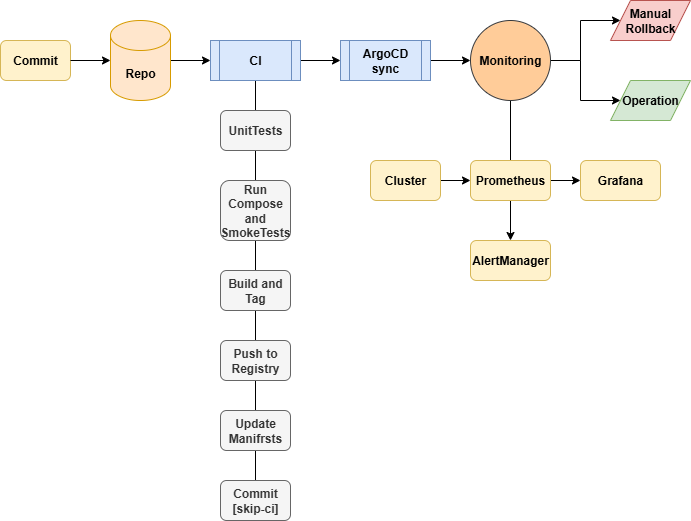
The draw.io diagram media/systemdiagram.png in s1natex/Monitoring-observability-k8s, before a commit. Source tidied: cells renumbered, new cells last; positions are measured from the earlier drawing's top-left corner, leaving out a move shared by most shapes.
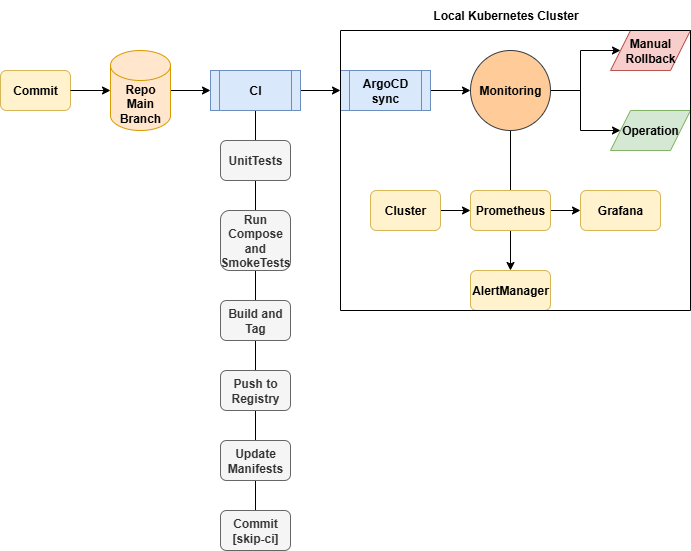
Later version of the same file.

Diff of the diagram source:
```diff
@@ -8,7 +8,7 @@
     <mxCell id="3" style="edgeStyle=orthogonalEdgeStyle;rounded=0;jettySize=auto;html=1;entryX=0;entryY=0.5;entryDx=0;entryDy=0;" parent="1" edge="1" source="4" target="7">
       <mxGeometry relative="1" as="geometry" />
     </mxCell>
-    <mxCell id="4" value="&lt;b&gt;Repo&lt;/b&gt;" style="shape=cylinder3;whiteSpace=wrap;html=1;boundedLbl=1;backgroundOutline=1;size=15;fillColor=#ffe6cc;strokeColor=#d79b00;" parent="1" vertex="1">
+    <mxCell id="4" value="&lt;b&gt;Repo Main Branch&lt;/b&gt;" style="shape=cylinder3;whiteSpace=wrap;html=1;boundedLbl=1;backgroundOutline=1;size=15;fillColor=#ffe6cc;strokeColor=#d79b00;" parent="1" vertex="1">
       <mxGeometry x="110" y="20" width="60" height="80" as="geometry" />
     </mxCell>
     <mxCell id="5" style="edgeStyle=orthogonalEdgeStyle;rounded=0;jettySize=auto;html=1;entryX=0;entryY=0.5;entryDx=0;entryDy=0;" parent="1" edge="1" source="7" target="9">
@@ -59,7 +59,7 @@
     <mxCell id="20" value="&lt;b&gt;Push to Registry&lt;/b&gt;" style="rounded=1;whiteSpace=wrap;html=1;fillColor=#f5f5f5;strokeColor=#666666;fontColor=#333333;" parent="1" vertex="1">
       <mxGeometry x="220" y="340" width="70" height="40" as="geometry" />
     </mxCell>
-    <mxCell id="21" value="&lt;b&gt;Update Manifrsts&lt;/b&gt;" style="rounded=1;whiteSpace=wrap;html=1;fillColor=#f5f5f5;strokeColor=#666666;fontColor=#333333;" parent="1" vertex="1">
+    <mxCell id="21" value="&lt;b&gt;Update Manifests&lt;/b&gt;" style="rounded=1;whiteSpace=wrap;html=1;fillColor=#f5f5f5;strokeColor=#666666;fontColor=#333333;" parent="1" vertex="1">
       <mxGeometry x="220" y="410" width="70" height="40" as="geometry" />
     </mxCell>
     <mxCell id="22" value="&lt;b&gt;Commit [skip-ci]&lt;/b&gt;" style="rounded=1;whiteSpace=wrap;html=1;fillColor=#f5f5f5;strokeColor=#666666;fontColor=#333333;" parent="1" vertex="1">
@@ -86,5 +86,11 @@
     <mxCell id="29" value="&lt;b&gt;AlertManager&lt;/b&gt;" style="rounded=1;whiteSpace=wrap;html=1;fillColor=#fff2cc;strokeColor=#d6b656;" parent="1" vertex="1">
       <mxGeometry x="470" y="240" width="80" height="40" as="geometry" />
     </mxCell>
+    <mxCell id="30" style="swimlane;startSize=0;" parent="1" vertex="1">
+      <mxGeometry x="340" width="350" height="280" as="geometry" />
+    </mxCell>
+    <mxCell id="31" value="&lt;b&gt;Local Kubernetes Cluster&lt;/b&gt;" style="text;html=1;align=center;verticalAlign=middle;strokeColor=none;fillColor=none;" parent="1" vertex="1">
+      <mxGeometry x="420" y="-30" width="170" height="30" as="geometry" />
+    </mxCell>
   </root>
 </mxGraphModel>
```
